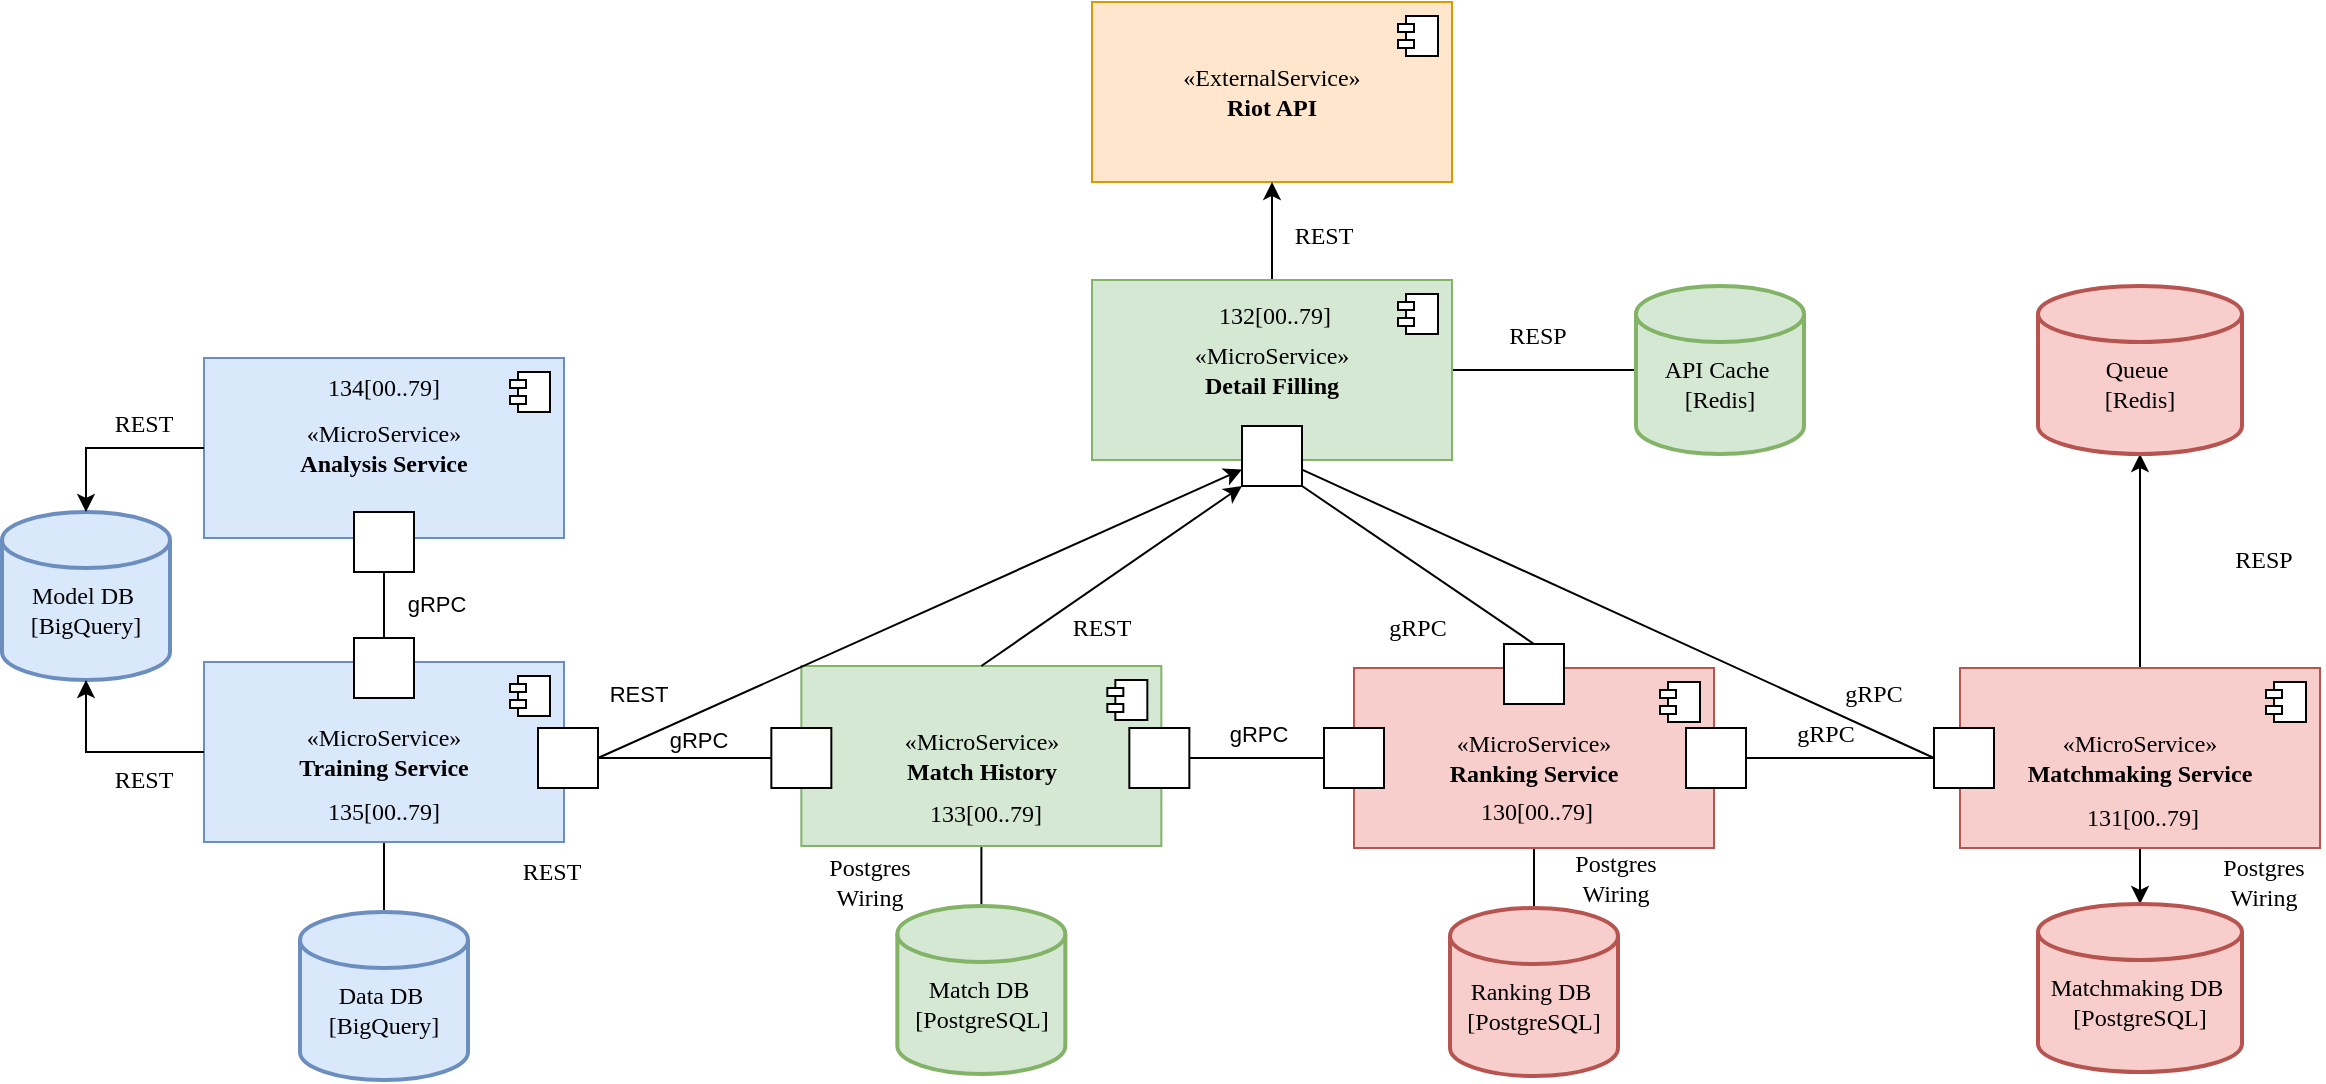
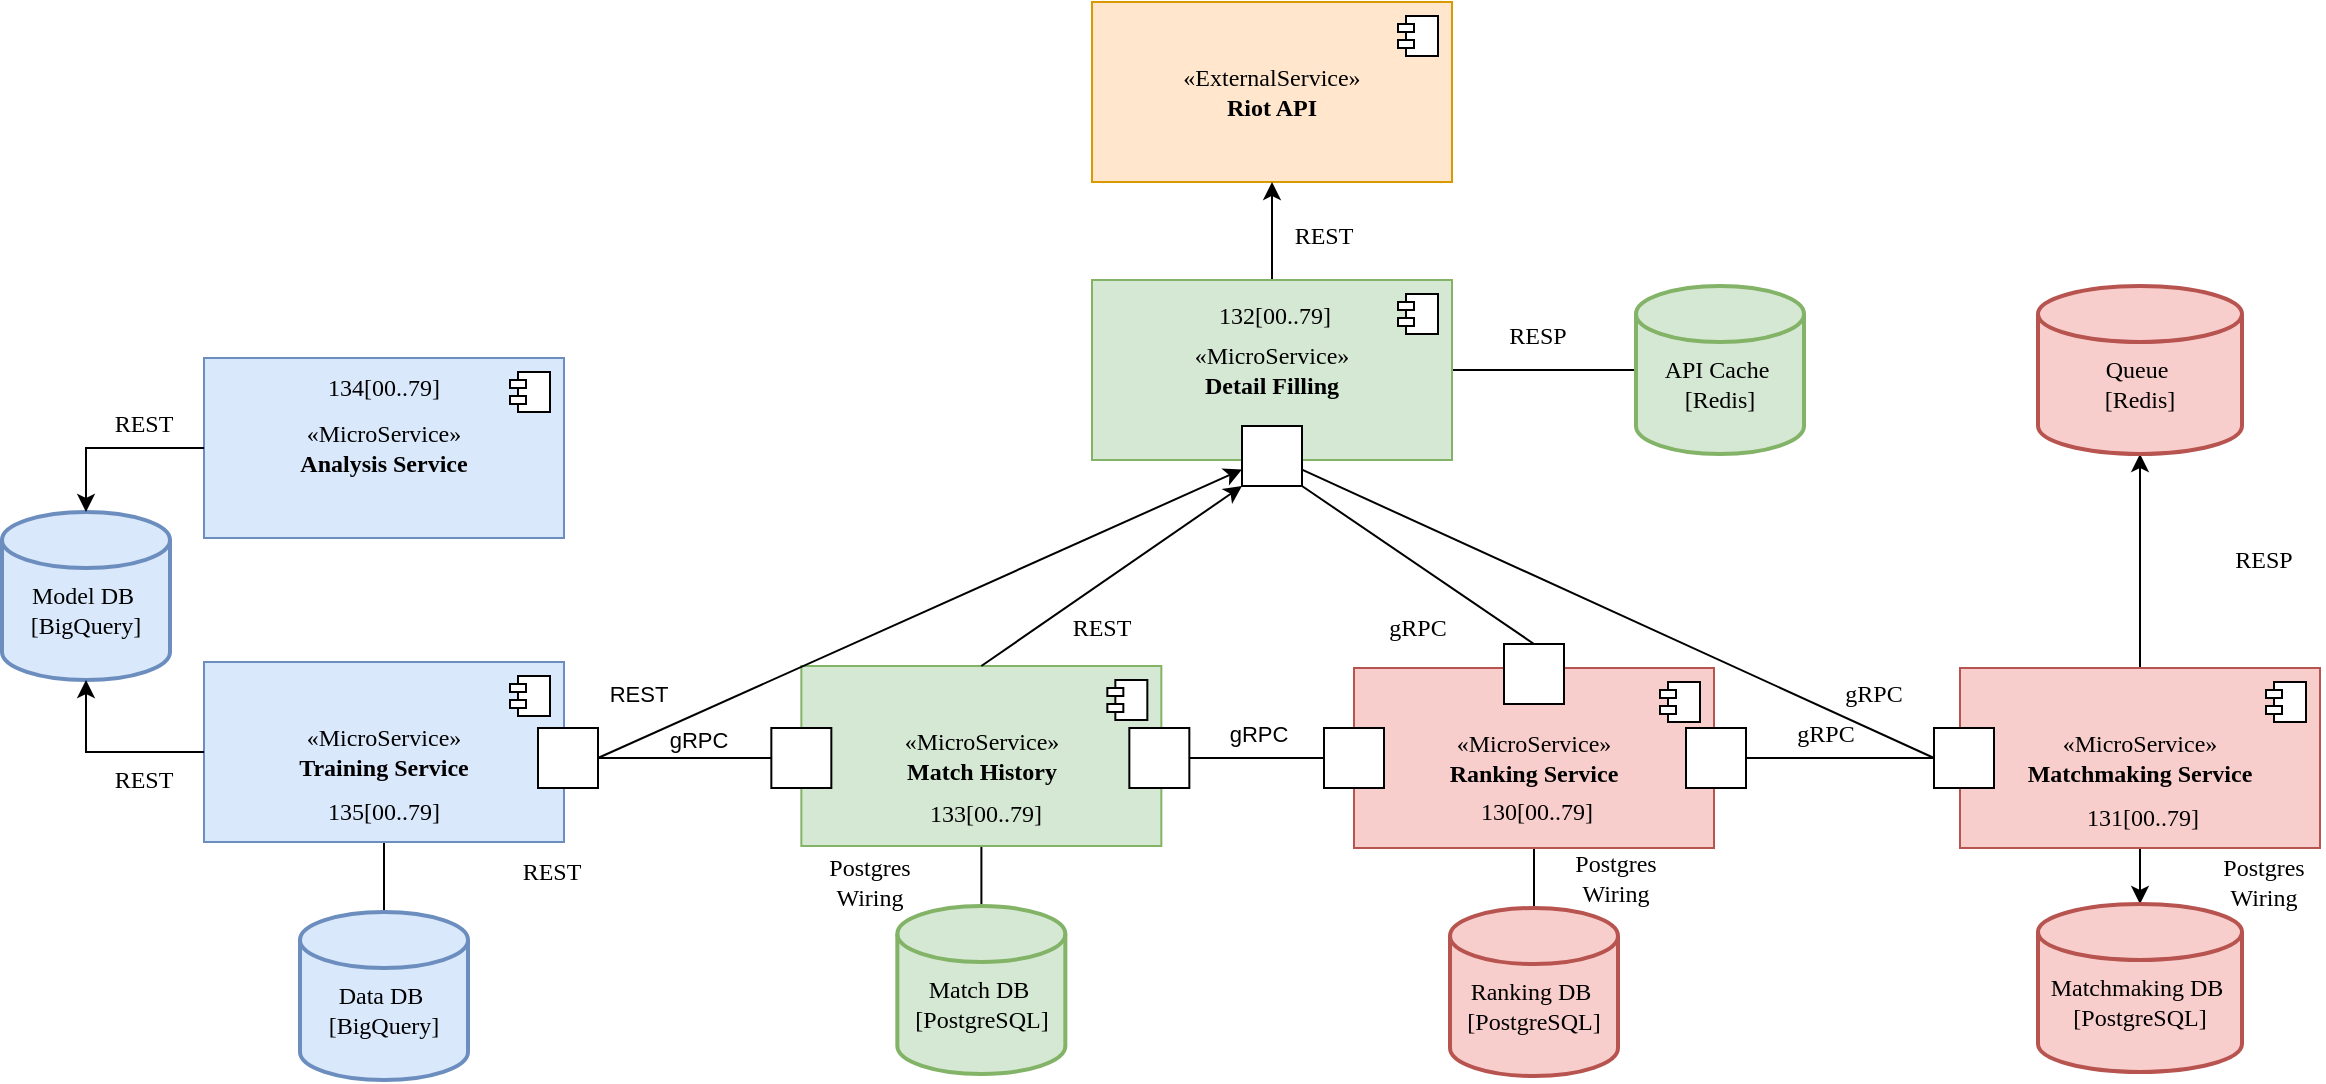
<mxfile host="app.diagrams.net" agent="Mozilla/5.0 (Macintosh; Intel Mac OS X 10_15_7) AppleWebKit/537.36 (KHTML, like Gecko) draw.io/29.6.1 Chrome/142.0.7444.265 Electron/39.8.0 Safari/537.36">
  <diagram name="Page-1" id="SaGHC2DR0cUtHFEvFflW">
-     <mxGraphModel dx="1971" dy="1211" grid="0" gridSize="10" guides="1" tooltips="1" connect="1" arrows="1" fold="1" page="0" pageScale="1" pageWidth="850" pageHeight="1100" math="0" shadow="0">
+     <mxGraphModel dx="1612" dy="1122" grid="0" gridSize="10" guides="1" tooltips="1" connect="1" arrows="1" fold="1" page="0" pageScale="1" pageWidth="850" pageHeight="1100" math="0" shadow="0">
      <root>
        <mxCell id="0" />
        <mxCell id="1" parent="0" />
        <mxCell id="7eacp-1V7IxzQOubvu-V-65" edge="1" parent="1" source="7eacp-1V7IxzQOubvu-V-1" style="edgeStyle=orthogonalEdgeStyle;rounded=0;orthogonalLoop=1;jettySize=auto;html=1;endArrow=none;endFill=0;fontFamily=Berkeley Mono Variable;" target="7eacp-1V7IxzQOubvu-V-64">
          <mxGeometry relative="1" as="geometry" />
        </mxCell>
        <mxCell id="LjtbudwGVriQxu9OaPv4-2" edge="1" parent="1" source="LjtbudwGVriQxu9OaPv4-9" style="rounded=0;orthogonalLoop=1;jettySize=auto;html=1;entryX=1;entryY=1;entryDx=0;entryDy=0;exitX=0.5;exitY=0;exitDx=0;exitDy=0;endArrow=none;endFill=0;" target="7eacp-1V7IxzQOubvu-V-106">
          <mxGeometry relative="1" as="geometry" />
        </mxCell>
        <mxCell id="7eacp-1V7IxzQOubvu-V-1" parent="1" style="html=1;dropTarget=0;whiteSpace=wrap;fontFamily=Berkeley Mono Variable;fillColor=#f8cecc;strokeColor=#b85450;" value="«MicroService»&lt;br&gt;&lt;b&gt;Ranking Service&lt;/b&gt;" vertex="1">
          <mxGeometry height="90" width="180" x="459" y="273" as="geometry" />
        </mxCell>
        <mxCell id="7eacp-1V7IxzQOubvu-V-2" parent="7eacp-1V7IxzQOubvu-V-1" style="shape=module;jettyWidth=8;jettyHeight=4;fontFamily=Berkeley Mono Variable;" value="" vertex="1">
          <mxGeometry height="20" relative="1" width="20" x="1" as="geometry">
            <mxPoint x="-27" y="7" as="offset" />
          </mxGeometry>
        </mxCell>
        <mxCell id="7eacp-1V7IxzQOubvu-V-68" edge="1" parent="1" source="7eacp-1V7IxzQOubvu-V-3" style="edgeStyle=orthogonalEdgeStyle;rounded=0;orthogonalLoop=1;jettySize=auto;html=1;fontFamily=Berkeley Mono Variable;" target="7eacp-1V7IxzQOubvu-V-66">
          <mxGeometry relative="1" as="geometry" />
        </mxCell>
        <mxCell id="7eacp-1V7IxzQOubvu-V-69" edge="1" parent="1" source="7eacp-1V7IxzQOubvu-V-3" style="edgeStyle=orthogonalEdgeStyle;rounded=0;orthogonalLoop=1;jettySize=auto;html=1;fontFamily=Berkeley Mono Variable;" target="7eacp-1V7IxzQOubvu-V-67">
          <mxGeometry relative="1" as="geometry">
            <Array as="points">
              <mxPoint x="903" y="425" />
            </Array>
          </mxGeometry>
        </mxCell>
        <mxCell id="LjtbudwGVriQxu9OaPv4-6" edge="1" parent="1" source="7eacp-1V7IxzQOubvu-V-101" style="rounded=0;orthogonalLoop=1;jettySize=auto;html=1;endArrow=none;endFill=0;exitX=0;exitY=0.5;exitDx=0;exitDy=0;" target="7eacp-1V7IxzQOubvu-V-106">
          <mxGeometry relative="1" as="geometry" />
        </mxCell>
        <mxCell id="7eacp-1V7IxzQOubvu-V-3" parent="1" style="html=1;dropTarget=0;whiteSpace=wrap;fontFamily=Berkeley Mono Variable;fillColor=#f8cecc;strokeColor=#b85450;" value="«MicroService»&lt;div&gt;&lt;b&gt;Matchmaking Service&lt;/b&gt;&lt;/div&gt;" vertex="1">
          <mxGeometry height="90" width="180" x="762" y="273" as="geometry" />
        </mxCell>
        <mxCell id="7eacp-1V7IxzQOubvu-V-4" parent="7eacp-1V7IxzQOubvu-V-3" style="shape=module;jettyWidth=8;jettyHeight=4;fontFamily=Berkeley Mono Variable;" value="" vertex="1">
          <mxGeometry height="20" relative="1" width="20" x="1" as="geometry">
            <mxPoint x="-27" y="7" as="offset" />
          </mxGeometry>
        </mxCell>
        <mxCell id="7eacp-1V7IxzQOubvu-V-5" parent="1" style="html=1;dropTarget=0;whiteSpace=wrap;fontFamily=Berkeley Mono Variable;fillColor=#dae8fc;strokeColor=#6c8ebf;" value="«MicroService»&lt;br&gt;&lt;b&gt;Analysis Service&lt;/b&gt;" vertex="1">
          <mxGeometry height="90" width="180" x="-116" y="118" as="geometry" />
        </mxCell>
        <mxCell id="7eacp-1V7IxzQOubvu-V-6" parent="7eacp-1V7IxzQOubvu-V-5" style="shape=module;jettyWidth=8;jettyHeight=4;fontFamily=Berkeley Mono Variable;" value="" vertex="1">
          <mxGeometry height="20" relative="1" width="20" x="1" as="geometry">
            <mxPoint x="-27" y="7" as="offset" />
          </mxGeometry>
        </mxCell>
        <mxCell id="7eacp-1V7IxzQOubvu-V-7" parent="1" style="html=1;dropTarget=0;whiteSpace=wrap;fontFamily=Berkeley Mono Variable;fillColor=#ffe6cc;strokeColor=#d79b00;" value="«ExternalService»&lt;br&gt;&lt;b&gt;Riot API&lt;/b&gt;" vertex="1">
          <mxGeometry height="90" width="180" x="328" y="-60" as="geometry" />
        </mxCell>
        <mxCell id="7eacp-1V7IxzQOubvu-V-8" parent="7eacp-1V7IxzQOubvu-V-7" style="shape=module;jettyWidth=8;jettyHeight=4;fontFamily=Berkeley Mono Variable;" value="" vertex="1">
          <mxGeometry height="20" relative="1" width="20" x="1" as="geometry">
            <mxPoint x="-27" y="7" as="offset" />
          </mxGeometry>
        </mxCell>
        <mxCell id="7eacp-1V7IxzQOubvu-V-74" edge="1" parent="1" source="7eacp-1V7IxzQOubvu-V-13" style="edgeStyle=orthogonalEdgeStyle;rounded=0;orthogonalLoop=1;jettySize=auto;html=1;endArrow=none;endFill=0;fontFamily=Berkeley Mono Variable;" target="7eacp-1V7IxzQOubvu-V-73">
          <mxGeometry relative="1" as="geometry" />
        </mxCell>
        <mxCell id="7eacp-1V7IxzQOubvu-V-13" parent="1" style="html=1;dropTarget=0;whiteSpace=wrap;fontFamily=Berkeley Mono Variable;fillColor=#d5e8d4;strokeColor=#82b366;" value="«MicroService»&lt;br&gt;&lt;b&gt;Match History&lt;/b&gt;" vertex="1">
          <mxGeometry height="90" width="180" x="182.67" y="272" as="geometry" />
        </mxCell>
        <mxCell id="7eacp-1V7IxzQOubvu-V-14" parent="7eacp-1V7IxzQOubvu-V-13" style="shape=module;jettyWidth=8;jettyHeight=4;fontFamily=Berkeley Mono Variable;" value="" vertex="1">
          <mxGeometry height="20" relative="1" width="20" x="1" as="geometry">
            <mxPoint x="-27" y="7" as="offset" />
          </mxGeometry>
        </mxCell>
        <mxCell id="7eacp-1V7IxzQOubvu-V-20" edge="1" parent="1" source="7eacp-1V7IxzQOubvu-V-18" style="edgeStyle=orthogonalEdgeStyle;rounded=0;orthogonalLoop=1;jettySize=auto;html=1;fontFamily=Berkeley Mono Variable;" target="7eacp-1V7IxzQOubvu-V-7">
          <mxGeometry relative="1" as="geometry" />
        </mxCell>
        <mxCell id="7eacp-1V7IxzQOubvu-V-50" edge="1" parent="1" source="7eacp-1V7IxzQOubvu-V-18" style="edgeStyle=orthogonalEdgeStyle;rounded=0;orthogonalLoop=1;jettySize=auto;html=1;endArrow=none;endFill=0;fontFamily=Berkeley Mono Variable;" target="7eacp-1V7IxzQOubvu-V-23">
          <mxGeometry relative="1" as="geometry" />
        </mxCell>
        <mxCell id="7eacp-1V7IxzQOubvu-V-18" parent="1" style="html=1;dropTarget=0;whiteSpace=wrap;fontFamily=Berkeley Mono Variable;fillColor=#d5e8d4;strokeColor=#82b366;" value="«MicroService»&lt;br&gt;&lt;b&gt;Detail Filling&lt;/b&gt;" vertex="1">
          <mxGeometry height="90" width="180" x="328" y="79" as="geometry" />
        </mxCell>
        <mxCell id="7eacp-1V7IxzQOubvu-V-19" parent="7eacp-1V7IxzQOubvu-V-18" style="shape=module;jettyWidth=8;jettyHeight=4;fontFamily=Berkeley Mono Variable;" value="" vertex="1">
          <mxGeometry height="20" relative="1" width="20" x="1" as="geometry">
            <mxPoint x="-27" y="7" as="offset" />
          </mxGeometry>
        </mxCell>
        <mxCell id="7eacp-1V7IxzQOubvu-V-23" parent="1" style="strokeWidth=2;html=1;shape=mxgraph.flowchart.database;whiteSpace=wrap;fontFamily=Berkeley Mono Variable;fillColor=#d5e8d4;strokeColor=#82b366;" value="&lt;div&gt;&lt;br&gt;&lt;/div&gt;API Cache&amp;nbsp;&lt;div&gt;[Redis]&lt;/div&gt;" vertex="1">
          <mxGeometry height="84" width="84" x="600" y="82" as="geometry" />
        </mxCell>
        <mxCell id="7eacp-1V7IxzQOubvu-V-25" parent="1" style="text;html=1;whiteSpace=wrap;strokeColor=none;fillColor=none;align=center;verticalAlign=middle;rounded=0;fontFamily=Berkeley Mono Variable;" value="REST" vertex="1">
          <mxGeometry height="30" width="60" x="414" y="42" as="geometry" />
        </mxCell>
        <mxCell id="7eacp-1V7IxzQOubvu-V-33" parent="1" style="text;html=1;whiteSpace=wrap;strokeColor=none;fillColor=none;align=center;verticalAlign=middle;rounded=0;fontFamily=Berkeley Mono Variable;" value="gRPC" vertex="1">
          <mxGeometry height="30" width="60" x="665" y="291" as="geometry" />
        </mxCell>
        <mxCell id="7eacp-1V7IxzQOubvu-V-36" parent="1" style="text;html=1;whiteSpace=wrap;strokeColor=none;fillColor=none;align=center;verticalAlign=middle;rounded=0;fontFamily=Berkeley Mono Variable;" value="REST" vertex="1">
          <mxGeometry height="30" width="60" x="302.66999999999996" y="238" as="geometry" />
        </mxCell>
        <mxCell id="7eacp-1V7IxzQOubvu-V-37" parent="1" style="text;html=1;whiteSpace=wrap;strokeColor=none;fillColor=none;align=center;verticalAlign=middle;rounded=0;fontFamily=Berkeley Mono Variable;" value="gRPC" vertex="1">
          <mxGeometry height="30" width="60" x="461" y="238" as="geometry" />
        </mxCell>
        <mxCell id="LjtbudwGVriQxu9OaPv4-21" edge="1" parent="1" source="7eacp-1V7IxzQOubvu-V-107" style="rounded=0;orthogonalLoop=1;jettySize=auto;html=1;exitX=1;exitY=0.5;exitDx=0;exitDy=0;" target="7eacp-1V7IxzQOubvu-V-106">
          <mxGeometry relative="1" as="geometry" />
        </mxCell>
        <mxCell id="LjtbudwGVriQxu9OaPv4-25" connectable="0" parent="LjtbudwGVriQxu9OaPv4-21" style="edgeLabel;html=1;align=center;verticalAlign=middle;resizable=0;points=[];" value="REST" vertex="1">
          <mxGeometry relative="1" x="-0.5154" as="geometry">
            <mxPoint x="-58" y="3" as="offset" />
          </mxGeometry>
        </mxCell>
        <mxCell id="LjtbudwGVriQxu9OaPv4-22" edge="1" parent="1" source="7eacp-1V7IxzQOubvu-V-45" style="edgeStyle=orthogonalEdgeStyle;rounded=0;orthogonalLoop=1;jettySize=auto;html=1;endArrow=none;endFill=0;" target="7eacp-1V7IxzQOubvu-V-58">
          <mxGeometry relative="1" as="geometry" />
        </mxCell>
        <mxCell id="7eacp-1V7IxzQOubvu-V-45" parent="1" style="html=1;dropTarget=0;whiteSpace=wrap;fontFamily=Berkeley Mono Variable;fillColor=#dae8fc;strokeColor=#6c8ebf;" value="«MicroService»&lt;br&gt;&lt;b&gt;Training Service&lt;/b&gt;" vertex="1">
          <mxGeometry height="90" width="180" x="-116" y="270" as="geometry" />
        </mxCell>
        <mxCell id="7eacp-1V7IxzQOubvu-V-46" parent="7eacp-1V7IxzQOubvu-V-45" style="shape=module;jettyWidth=8;jettyHeight=4;fontFamily=Berkeley Mono Variable;" value="" vertex="1">
          <mxGeometry height="20" relative="1" width="20" x="1" as="geometry">
            <mxPoint x="-27" y="7" as="offset" />
          </mxGeometry>
        </mxCell>
        <mxCell id="7eacp-1V7IxzQOubvu-V-51" parent="1" style="text;html=1;whiteSpace=wrap;strokeColor=none;fillColor=none;align=center;verticalAlign=middle;rounded=0;fontFamily=Berkeley Mono Variable;" value="RESP" vertex="1">
          <mxGeometry height="30" width="60" x="521" y="92" as="geometry" />
        </mxCell>
        <mxCell id="7eacp-1V7IxzQOubvu-V-52" parent="1" style="strokeWidth=2;html=1;shape=mxgraph.flowchart.database;whiteSpace=wrap;fontFamily=Berkeley Mono Variable;fillColor=#dae8fc;strokeColor=#6c8ebf;" value="&lt;div&gt;&lt;br&gt;&lt;/div&gt;Model DB&amp;nbsp;&lt;div&gt;[BigQuery]&lt;/div&gt;" vertex="1">
          <mxGeometry height="84" width="84" x="-217" y="195" as="geometry" />
        </mxCell>
        <mxCell id="7eacp-1V7IxzQOubvu-V-58" parent="1" style="strokeWidth=2;html=1;shape=mxgraph.flowchart.database;whiteSpace=wrap;fontFamily=Berkeley Mono Variable;fillColor=#dae8fc;strokeColor=#6c8ebf;" value="&lt;div&gt;&lt;br&gt;&lt;/div&gt;Data DB&amp;nbsp;&lt;div&gt;[BigQuery]&lt;/div&gt;" vertex="1">
          <mxGeometry height="84" width="84" x="-68" y="395" as="geometry" />
        </mxCell>
        <mxCell id="7eacp-1V7IxzQOubvu-V-61" parent="1" style="text;html=1;whiteSpace=wrap;strokeColor=none;fillColor=none;align=center;verticalAlign=middle;rounded=0;fontFamily=Berkeley Mono Variable;" value="REST" vertex="1">
          <mxGeometry height="30" width="60" x="28" y="360" as="geometry" />
        </mxCell>
        <mxCell id="7eacp-1V7IxzQOubvu-V-62" parent="1" style="text;html=1;whiteSpace=wrap;strokeColor=none;fillColor=none;align=center;verticalAlign=middle;rounded=0;fontFamily=Berkeley Mono Variable;" value="REST" vertex="1">
          <mxGeometry height="30" width="60" x="-176" y="314" as="geometry" />
        </mxCell>
        <mxCell id="7eacp-1V7IxzQOubvu-V-63" parent="1" style="text;html=1;whiteSpace=wrap;strokeColor=none;fillColor=none;align=center;verticalAlign=middle;rounded=0;fontFamily=Berkeley Mono Variable;" value="REST" vertex="1">
          <mxGeometry height="30" width="60" x="-176" y="136" as="geometry" />
        </mxCell>
        <mxCell id="7eacp-1V7IxzQOubvu-V-64" parent="1" style="strokeWidth=2;html=1;shape=mxgraph.flowchart.database;whiteSpace=wrap;fontFamily=Berkeley Mono Variable;fillColor=#f8cecc;strokeColor=#b85450;" value="&lt;div&gt;&lt;br&gt;&lt;/div&gt;Ranking DB&amp;nbsp;&lt;div&gt;[PostgreSQL]&lt;/div&gt;" vertex="1">
          <mxGeometry height="84" width="84" x="507" y="393" as="geometry" />
        </mxCell>
        <mxCell id="7eacp-1V7IxzQOubvu-V-66" parent="1" style="strokeWidth=2;html=1;shape=mxgraph.flowchart.database;whiteSpace=wrap;fontFamily=Berkeley Mono Variable;fillColor=#f8cecc;strokeColor=#b85450;" value="&lt;div&gt;&lt;br&gt;&lt;/div&gt;Queue&amp;nbsp;&lt;div&gt;[Redis]&lt;/div&gt;" vertex="1">
          <mxGeometry height="84" width="102" x="801" y="82" as="geometry" />
        </mxCell>
        <mxCell id="7eacp-1V7IxzQOubvu-V-67" parent="1" style="strokeWidth=2;html=1;shape=mxgraph.flowchart.database;whiteSpace=wrap;fontFamily=Berkeley Mono Variable;fillColor=#f8cecc;strokeColor=#b85450;" value="&lt;div&gt;&lt;br&gt;&lt;/div&gt;Matchmaking DB&amp;nbsp;&lt;div&gt;[PostgreSQL]&lt;/div&gt;" vertex="1">
          <mxGeometry height="84" width="102" x="801" y="391" as="geometry" />
        </mxCell>
        <mxCell id="7eacp-1V7IxzQOubvu-V-70" parent="1" style="text;html=1;whiteSpace=wrap;strokeColor=none;fillColor=none;align=center;verticalAlign=middle;rounded=0;fontFamily=Berkeley Mono Variable;" value="Postgres Wiring" vertex="1">
          <mxGeometry height="30" width="60" x="884" y="365" as="geometry" />
        </mxCell>
        <mxCell id="7eacp-1V7IxzQOubvu-V-72" parent="1" style="text;html=1;whiteSpace=wrap;strokeColor=none;fillColor=none;align=center;verticalAlign=middle;rounded=0;fontFamily=Berkeley Mono Variable;" value="RESP" vertex="1">
          <mxGeometry height="30" width="60" x="884" y="204" as="geometry" />
        </mxCell>
        <mxCell id="7eacp-1V7IxzQOubvu-V-73" parent="1" style="strokeWidth=2;html=1;shape=mxgraph.flowchart.database;whiteSpace=wrap;fontFamily=Berkeley Mono Variable;fillColor=#d5e8d4;strokeColor=#82b366;" value="&lt;div&gt;&lt;br&gt;&lt;/div&gt;Match DB&amp;nbsp;&lt;div&gt;[PostgreSQL]&lt;/div&gt;" vertex="1">
          <mxGeometry height="84" width="84" x="230.67" y="392" as="geometry" />
        </mxCell>
        <mxCell id="7eacp-1V7IxzQOubvu-V-75" parent="1" style="text;html=1;whiteSpace=wrap;strokeColor=none;fillColor=none;align=center;verticalAlign=middle;rounded=0;fontFamily=Berkeley Mono Variable;" value="Postgres Wiring" vertex="1">
          <mxGeometry height="30" width="60" x="186.67" y="365" as="geometry" />
        </mxCell>
        <mxCell id="7eacp-1V7IxzQOubvu-V-76" parent="1" style="text;html=1;whiteSpace=wrap;strokeColor=none;fillColor=none;align=center;verticalAlign=middle;rounded=0;fontFamily=Berkeley Mono Variable;" value="&amp;nbsp;132[00..79]" vertex="1">
          <mxGeometry height="30" width="88" x="374" y="82" as="geometry" />
        </mxCell>
        <mxCell id="7eacp-1V7IxzQOubvu-V-82" parent="1" style="text;html=1;whiteSpace=wrap;strokeColor=none;fillColor=none;align=center;verticalAlign=middle;rounded=0;fontFamily=Berkeley Mono Variable;" value="133[00..79]" vertex="1">
          <mxGeometry height="30" width="88" x="230.67" y="331" as="geometry" />
        </mxCell>
        <mxCell id="7eacp-1V7IxzQOubvu-V-90" parent="1" style="text;html=1;whiteSpace=wrap;strokeColor=none;fillColor=none;align=center;verticalAlign=middle;rounded=0;fontFamily=Berkeley Mono Variable;" value="Postgres Wiring" vertex="1">
          <mxGeometry height="30" width="60" x="560" y="363" as="geometry" />
        </mxCell>
        <mxCell id="7eacp-1V7IxzQOubvu-V-100" parent="1" style="text;html=1;whiteSpace=wrap;strokeColor=none;fillColor=none;align=center;verticalAlign=middle;rounded=0;fontFamily=Berkeley Mono Variable;" value="&amp;nbsp;131[00..79]" vertex="1">
          <mxGeometry height="30" width="64" x="820" y="333" as="geometry" />
        </mxCell>
        <mxCell id="7eacp-1V7IxzQOubvu-V-101" parent="1" style="fontStyle=0;labelPosition=right;verticalLabelPosition=middle;align=left;verticalAlign=middle;spacingLeft=2;fontFamily=Berkeley Mono Variable;" value="" vertex="1">
          <mxGeometry height="30" width="30" x="749" y="303" as="geometry" />
        </mxCell>
        <mxCell id="LjtbudwGVriQxu9OaPv4-8" edge="1" parent="1" source="7eacp-1V7IxzQOubvu-V-104" style="edgeStyle=orthogonalEdgeStyle;rounded=0;orthogonalLoop=1;jettySize=auto;html=1;endArrow=none;endFill=0;" target="7eacp-1V7IxzQOubvu-V-101">
          <mxGeometry relative="1" as="geometry" />
        </mxCell>
        <mxCell id="7eacp-1V7IxzQOubvu-V-104" parent="1" style="fontStyle=0;labelPosition=right;verticalLabelPosition=middle;align=left;verticalAlign=middle;spacingLeft=2;fontFamily=Berkeley Mono Variable;" value="" vertex="1">
          <mxGeometry height="30" width="30" x="625" y="303" as="geometry" />
        </mxCell>
        <mxCell id="7eacp-1V7IxzQOubvu-V-106" parent="1" style="fontStyle=0;labelPosition=right;verticalLabelPosition=middle;align=left;verticalAlign=middle;spacingLeft=2;fontFamily=Berkeley Mono Variable;" value="" vertex="1">
          <mxGeometry height="30" width="30" x="403" y="152" as="geometry" />
        </mxCell>
        <mxCell id="LjtbudwGVriQxu9OaPv4-4" edge="1" parent="1" source="7eacp-1V7IxzQOubvu-V-107" style="edgeStyle=orthogonalEdgeStyle;rounded=0;orthogonalLoop=1;jettySize=auto;html=1;endArrow=none;endFill=0;" target="LjtbudwGVriQxu9OaPv4-3">
          <mxGeometry relative="1" as="geometry" />
        </mxCell>
        <mxCell id="LjtbudwGVriQxu9OaPv4-5" connectable="0" parent="LjtbudwGVriQxu9OaPv4-4" style="edgeLabel;html=1;align=center;verticalAlign=middle;resizable=0;points=[];" value="gRPC" vertex="1">
          <mxGeometry relative="1" x="-0.0904" y="-2" as="geometry">
            <mxPoint x="10" y="-11" as="offset" />
          </mxGeometry>
        </mxCell>
        <mxCell id="7eacp-1V7IxzQOubvu-V-107" parent="1" style="fontStyle=0;labelPosition=right;verticalLabelPosition=middle;align=left;verticalAlign=middle;spacingLeft=2;fontFamily=Berkeley Mono Variable;" value="" vertex="1">
          <mxGeometry height="30" width="30" x="51" y="303" as="geometry" />
        </mxCell>
-         <mxCell id="LjtbudwGVriQxu9OaPv4-19" edge="1" parent="1" source="7eacp-1V7IxzQOubvu-V-110" style="edgeStyle=orthogonalEdgeStyle;rounded=0;orthogonalLoop=1;jettySize=auto;html=1;endArrow=none;endFill=0;" target="LjtbudwGVriQxu9OaPv4-18">
-           <mxGeometry relative="1" as="geometry" />
-         </mxCell>
-         <mxCell id="LjtbudwGVriQxu9OaPv4-20" connectable="0" parent="LjtbudwGVriQxu9OaPv4-19" style="edgeLabel;html=1;align=center;verticalAlign=middle;resizable=0;points=[];" value="gRPC" vertex="1">
-           <mxGeometry relative="1" x="-0.0735" y="-2" as="geometry">
-             <mxPoint x="24" y="-2" as="offset" />
-           </mxGeometry>
-         </mxCell>
-         <mxCell id="7eacp-1V7IxzQOubvu-V-110" parent="1" style="fontStyle=0;labelPosition=right;verticalLabelPosition=middle;align=left;verticalAlign=middle;spacingLeft=2;fontFamily=Berkeley Mono Variable;" value="" vertex="1">
-           <mxGeometry height="30" width="30" x="-41" y="195" as="geometry" />
-         </mxCell>
        <mxCell id="LjtbudwGVriQxu9OaPv4-1" edge="1" parent="1" source="7eacp-1V7IxzQOubvu-V-13" style="rounded=0;orthogonalLoop=1;jettySize=auto;html=1;entryX=0;entryY=1;entryDx=0;entryDy=0;exitX=0.5;exitY=0;exitDx=0;exitDy=0;" target="7eacp-1V7IxzQOubvu-V-106">
          <mxGeometry relative="1" as="geometry">
            <mxPoint x="265" y="256" as="sourcePoint" />
          </mxGeometry>
        </mxCell>
        <mxCell id="LjtbudwGVriQxu9OaPv4-3" parent="1" style="fontStyle=0;labelPosition=right;verticalLabelPosition=middle;align=left;verticalAlign=middle;spacingLeft=2;fontFamily=Berkeley Mono Variable;" value="" vertex="1">
          <mxGeometry height="30" width="30" x="167.67" y="303" as="geometry" />
        </mxCell>
        <mxCell id="LjtbudwGVriQxu9OaPv4-7" parent="1" style="text;html=1;whiteSpace=wrap;strokeColor=none;fillColor=none;align=center;verticalAlign=middle;rounded=0;fontFamily=Berkeley Mono Variable;" value="gRPC" vertex="1">
          <mxGeometry height="30" width="60" x="689" y="271" as="geometry" />
        </mxCell>
        <mxCell id="LjtbudwGVriQxu9OaPv4-9" parent="1" style="fontStyle=0;labelPosition=right;verticalLabelPosition=middle;align=left;verticalAlign=middle;spacingLeft=2;fontFamily=Berkeley Mono Variable;" value="" vertex="1">
          <mxGeometry height="30" width="30" x="534" y="261" as="geometry" />
        </mxCell>
        <mxCell id="LjtbudwGVriQxu9OaPv4-11" parent="1" style="fontStyle=0;labelPosition=right;verticalLabelPosition=middle;align=left;verticalAlign=middle;spacingLeft=2;fontFamily=Berkeley Mono Variable;" value="" vertex="1">
          <mxGeometry height="30" width="30" x="444" y="303" as="geometry" />
        </mxCell>
        <mxCell id="LjtbudwGVriQxu9OaPv4-13" edge="1" parent="1" source="LjtbudwGVriQxu9OaPv4-12" style="edgeStyle=orthogonalEdgeStyle;rounded=0;orthogonalLoop=1;jettySize=auto;html=1;endArrow=none;endFill=0;" target="LjtbudwGVriQxu9OaPv4-11">
          <mxGeometry relative="1" as="geometry" />
        </mxCell>
        <mxCell id="LjtbudwGVriQxu9OaPv4-16" connectable="0" parent="LjtbudwGVriQxu9OaPv4-13" style="edgeLabel;html=1;align=center;verticalAlign=middle;resizable=0;points=[];" value="gRPC" vertex="1">
          <mxGeometry relative="1" x="-0.1069" y="3" as="geometry">
            <mxPoint x="4" y="-9" as="offset" />
          </mxGeometry>
        </mxCell>
        <mxCell id="LjtbudwGVriQxu9OaPv4-12" parent="1" style="fontStyle=0;labelPosition=right;verticalLabelPosition=middle;align=left;verticalAlign=middle;spacingLeft=2;fontFamily=Berkeley Mono Variable;" value="" vertex="1">
          <mxGeometry height="30" width="30" x="346.67" y="303" as="geometry" />
        </mxCell>
        <mxCell id="LjtbudwGVriQxu9OaPv4-14" parent="1" style="text;html=1;whiteSpace=wrap;strokeColor=none;fillColor=none;align=center;verticalAlign=middle;rounded=0;fontFamily=Berkeley Mono Variable;" value="&amp;nbsp;130[00..79]" vertex="1">
          <mxGeometry height="30" width="88" x="505" y="330" as="geometry" />
-         </mxCell>
-         <mxCell id="LjtbudwGVriQxu9OaPv4-18" parent="1" style="fontStyle=0;labelPosition=right;verticalLabelPosition=middle;align=left;verticalAlign=middle;spacingLeft=2;fontFamily=Berkeley Mono Variable;" value="" vertex="1">
-           <mxGeometry height="30" width="30" x="-41" y="258" as="geometry" />
        </mxCell>
        <mxCell id="LjtbudwGVriQxu9OaPv4-23" edge="1" parent="1" source="7eacp-1V7IxzQOubvu-V-45" style="edgeStyle=orthogonalEdgeStyle;rounded=0;orthogonalLoop=1;jettySize=auto;html=1;entryX=0.5;entryY=1;entryDx=0;entryDy=0;entryPerimeter=0;" target="7eacp-1V7IxzQOubvu-V-52">
          <mxGeometry relative="1" as="geometry" />
        </mxCell>
        <mxCell id="LjtbudwGVriQxu9OaPv4-24" edge="1" parent="1" source="7eacp-1V7IxzQOubvu-V-5" style="edgeStyle=orthogonalEdgeStyle;rounded=0;orthogonalLoop=1;jettySize=auto;html=1;entryX=0.5;entryY=0;entryDx=0;entryDy=0;entryPerimeter=0;" target="7eacp-1V7IxzQOubvu-V-52">
          <mxGeometry relative="1" as="geometry" />
        </mxCell>
        <mxCell id="LjtbudwGVriQxu9OaPv4-26" parent="1" style="text;html=1;whiteSpace=wrap;strokeColor=none;fillColor=none;align=center;verticalAlign=middle;rounded=0;fontFamily=Berkeley Mono Variable;" value="134[00..79]" vertex="1">
          <mxGeometry height="30" width="88" x="-70" y="118" as="geometry" />
        </mxCell>
        <mxCell id="LjtbudwGVriQxu9OaPv4-27" parent="1" style="text;html=1;whiteSpace=wrap;strokeColor=none;fillColor=none;align=center;verticalAlign=middle;rounded=0;fontFamily=Berkeley Mono Variable;" value="135[00..79]" vertex="1">
          <mxGeometry height="30" width="88" x="-70" y="330" as="geometry" />
        </mxCell>
      </root>
    </mxGraphModel>
  </diagram>
</mxfile>
